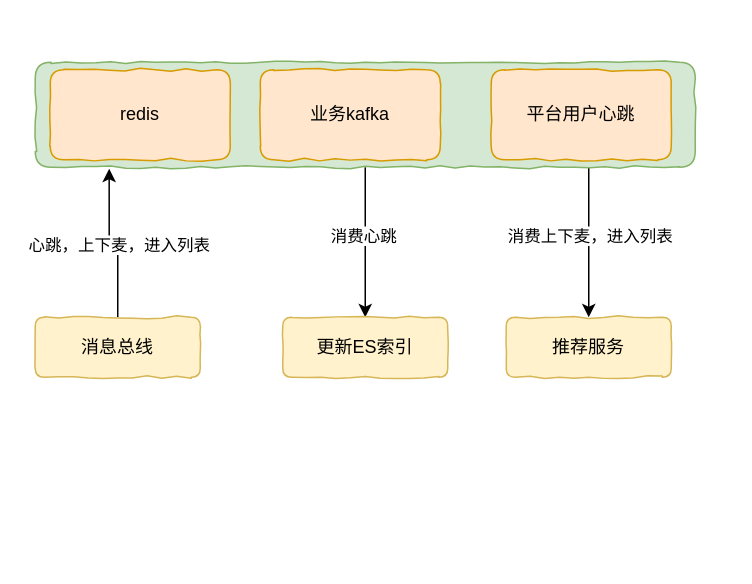
Earlier version of the draw.io diagram Untitled Diagram.drawio (xingdong015/drawio). Source tidied: cells renumbered, new cells numbered last; positions are measured from the earlier drawing's top-left corner, leaving out a move shared by most shapes. Both pictures are drawn from the tidied source at 150%, with x=0, y=0 at pixel (34, 62).
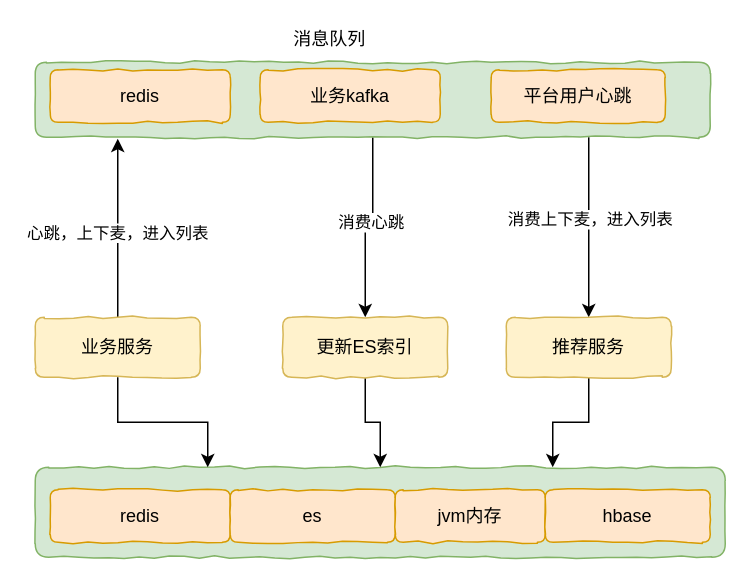
The same page after the edit.

The change refers to these unchanged cells:
```xml
<mxCell id="10" value="更新ES索引" style="rounded=1;whiteSpace=wrap;html=1;comic=1;sketch=0;fillColor=#fff2cc;strokeColor=#d6b656;" parent="1" vertex="1">
  <mxGeometry x="165" y="170" width="110" height="40" as="geometry" />
</mxCell>
<mxCell id="14" value="推荐服务" style="rounded=1;whiteSpace=wrap;html=1;comic=1;sketch=0;fillColor=#fff2cc;strokeColor=#d6b656;" parent="1" vertex="1">
  <mxGeometry x="314" y="170" width="110" height="40" as="geometry" />
</mxCell>
```

Diff of the diagram source:
```diff
@@
+    <mxCell id="15" style="rounded=1;whiteSpace=wrap;html=1;comic=1;sketch=0;fillColor=#d5e8d4;strokeColor=#82b366;" parent="1" vertex="1">
+      <mxGeometry y="270" width="460" height="60" as="geometry" />
+    </mxCell>
-    <mxCell id="2" style="edgeStyle=orthogonalEdgeStyle;rounded=0;jettySize=auto;html=1;entryX=0.112;entryY=1.014;entryDx=0;entryDy=0;entryPerimeter=0;" parent="1" edge="1" source="4" target="9">
-      <mxGeometry relative="1" as="geometry" />
+    <mxCell id="2" style="edgeStyle=orthogonalEdgeStyle;rounded=0;jettySize=auto;html=1;" parent="1" edge="1" source="4">
+      <mxGeometry relative="1" as="geometry">
+        <mxPoint x="55" y="51" as="targetPoint" />
+      </mxGeometry>
     </mxCell>
@@
+    <mxCell id="16" style="edgeStyle=orthogonalEdgeStyle;rounded=0;jettySize=auto;html=1;entryX=0.25;entryY=0;entryDx=0;entryDy=0;" parent="1" edge="1" source="4" target="15">
+      <mxGeometry relative="1" as="geometry" />
+    </mxCell>
-    <mxCell id="4" value="消息总线" style="rounded=1;whiteSpace=wrap;html=1;comic=1;sketch=0;fillColor=#fff2cc;strokeColor=#d6b656;" parent="1" vertex="1">
+    <mxCell id="4" value="业务服务" style="rounded=1;whiteSpace=wrap;html=1;comic=1;sketch=0;fillColor=#fff2cc;strokeColor=#d6b656;" parent="1" vertex="1">
       <mxGeometry y="170" width="110" height="40" as="geometry" />
     </mxCell>
@@
     <mxCell id="9" style="rounded=1;whiteSpace=wrap;html=1;comic=1;sketch=0;fillColor=#d5e8d4;strokeColor=#82b366;" parent="1" vertex="1">
-      <mxGeometry width="440" height="70" as="geometry" />
+      <mxGeometry width="450" height="50" as="geometry" />
     </mxCell>
+    <mxCell id="17" style="edgeStyle=orthogonalEdgeStyle;rounded=0;jettySize=auto;html=1;entryX=0.5;entryY=0;entryDx=0;entryDy=0;" parent="1" edge="1" source="10" target="15">
+      <mxGeometry relative="1" as="geometry" />
+    </mxCell>
@@
     <mxCell id="11" value="redis" style="rounded=1;whiteSpace=wrap;html=1;comic=1;sketch=0;fillColor=#ffe6cc;strokeColor=#d79b00;" parent="1" vertex="1">
-      <mxGeometry x="10" y="5" width="120" height="60" as="geometry" />
+      <mxGeometry x="10" y="5" width="120" height="35" as="geometry" />
     </mxCell>
     <mxCell id="12" value="业务kafka" style="rounded=1;whiteSpace=wrap;html=1;comic=1;sketch=0;fillColor=#ffe6cc;strokeColor=#d79b00;" parent="1" vertex="1">
-      <mxGeometry x="150" y="5" width="120" height="60" as="geometry" />
+      <mxGeometry x="150" y="5" width="120" height="35" as="geometry" />
     </mxCell>
     <mxCell id="13" value="平台用户心跳" style="rounded=1;whiteSpace=wrap;html=1;comic=1;sketch=0;fillColor=#ffe6cc;strokeColor=#d79b00;" parent="1" vertex="1">
-      <mxGeometry x="304" y="5" width="120" height="60" as="geometry" />
+      <mxGeometry x="304" y="5" width="116" height="35" as="geometry" />
     </mxCell>
+    <mxCell id="18" style="edgeStyle=orthogonalEdgeStyle;rounded=0;jettySize=auto;html=1;entryX=0.75;entryY=0;entryDx=0;entryDy=0;" parent="1" edge="1" source="14" target="15">
+      <mxGeometry relative="1" as="geometry" />
+    </mxCell>
@@
+    <mxCell id="19" value="redis" style="rounded=1;whiteSpace=wrap;html=1;comic=1;sketch=0;fillColor=#ffe6cc;strokeColor=#d79b00;" parent="1" vertex="1">
+      <mxGeometry x="10" y="285" width="120" height="35" as="geometry" />
+    </mxCell>
+    <mxCell id="20" value="es" style="rounded=1;whiteSpace=wrap;html=1;comic=1;sketch=0;fillColor=#ffe6cc;strokeColor=#d79b00;" parent="1" vertex="1">
+      <mxGeometry x="130" y="285" width="110" height="35" as="geometry" />
+    </mxCell>
+    <mxCell id="21" value="jvm内存" style="rounded=1;whiteSpace=wrap;html=1;comic=1;sketch=0;fillColor=#ffe6cc;strokeColor=#d79b00;" parent="1" vertex="1">
+      <mxGeometry x="240" y="285" width="100" height="35" as="geometry" />
+    </mxCell>
+    <mxCell id="22" value="hbase" style="rounded=1;whiteSpace=wrap;html=1;comic=1;sketch=0;fillColor=#ffe6cc;strokeColor=#d79b00;" parent="1" vertex="1">
+      <mxGeometry x="340" y="285" width="110" height="35" as="geometry" />
+    </mxCell>
+    <mxCell id="23" value="消息队列" style="text;html=1;align=center;verticalAlign=middle;" parent="1" vertex="1">
+      <mxGeometry x="167" y="-24" width="58" height="18" as="geometry" />
+    </mxCell>
```
